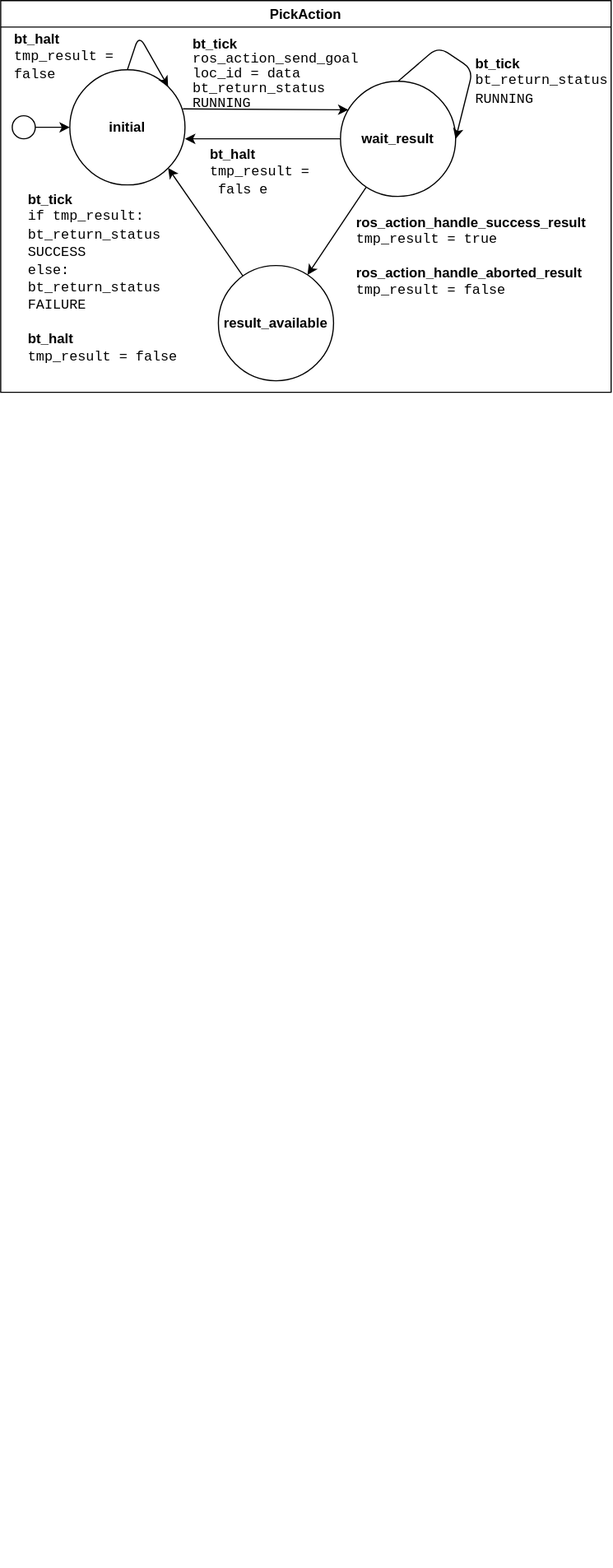
Earlier version of the draw.io export docs/source/graphics/scxml_tutorial_ros_fetch_and_carry_bt_pick.drawio.svg (convince-project/AS2FM). Source tidied: cells renumbered, new cells last; positions are measured from the earlier drawing's top-left corner, leaving out a move shared by most shapes.
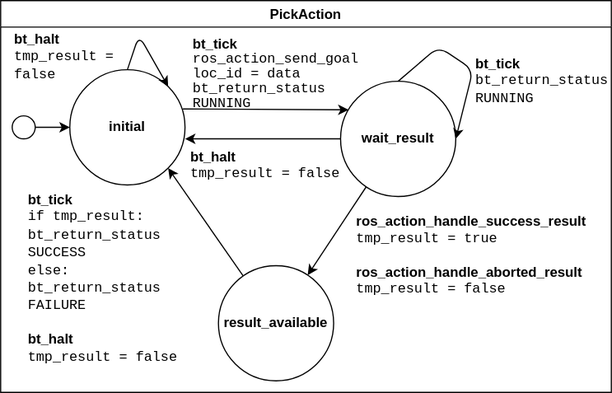
After the commit.

Commit message:
rework tutorial

The edit, as a diff of the source:
```diff
@@ -51,9 +51,6 @@
         </Array>
       </mxGeometry>
     </mxCell>
-    <mxCell id="16" value="&lt;b&gt;bt_halt&lt;/b&gt; &lt;br&gt;&amp;nbsp; &lt;font face=&quot;Courier New&quot;&gt;tmp_result =&amp;nbsp; &amp;nbsp;fals&lt;/font&gt;e" style="text;strokeColor=none;align=left;fillColor=none;html=1;verticalAlign=middle;whiteSpace=wrap;rounded=0;" parent="2" vertex="1">
-      <mxGeometry x="180" y="134" width="106" height="30" as="geometry" />
-    </mxCell>
     <mxCell id="17" value="&lt;font style=&quot;font-size: 12px;&quot;&gt;&lt;b&gt;ros_action_handle_success_result&lt;/b&gt;&lt;br&gt;&lt;font face=&quot;Courier New&quot;&gt;&amp;nbsp; tmp_result = true&lt;/font&gt;&lt;br&gt;&lt;br&gt;&lt;b&gt;ros_action_handle_aborted_result&lt;/b&gt;&lt;br&gt;&amp;nbsp; &lt;font face=&quot;Courier New&quot;&gt;tmp_result = false&lt;/font&gt;&lt;/font&gt;" style="text;strokeColor=none;align=left;fillColor=none;html=1;verticalAlign=middle;whiteSpace=wrap;rounded=0;" parent="2" vertex="1">
       <mxGeometry x="307" y="148" width="206" height="147" as="geometry" />
     </mxCell>
@@ -67,11 +64,8 @@
         </Array>
       </mxGeometry>
     </mxCell>
-    <mxCell id="20" style="edgeStyle=none;html=1;" parent="1" edge="1">
-      <mxGeometry relative="1" as="geometry">
-        <mxPoint x="200" y="1350" as="sourcePoint" />
-        <mxPoint x="200" y="1350" as="targetPoint" />
-      </mxGeometry>
-    </mxCell>
+    <mxCell id="21" value="&lt;b&gt;bt_halt&lt;/b&gt; &lt;br&gt;&amp;nbsp; &lt;font face=&quot;Courier New&quot;&gt;tmp_result = false&lt;/font&gt;" style="text;strokeColor=none;align=left;fillColor=none;html=1;verticalAlign=middle;whiteSpace=wrap;rounded=0;" parent="2" vertex="1">
+      <mxGeometry x="163" y="128" width="180" height="30" as="geometry" />
+    </mxCell>
   </root>
 </mxGraphModel>
```
